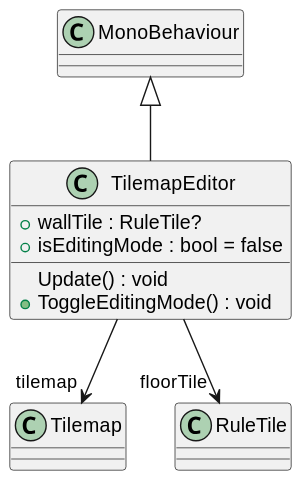
mysteryfungus/DungeonGeneratorUnity keeps this PlantUML diagram as UML/DungeonGeneration/MapLayoutEditor.svg. Above is the earlier version. The source it was exported from:
```plantuml
@startuml
class TilemapEditor {
    + wallTile : RuleTile?
    + isEditingMode : bool = false
    Update() : void
    + ToggleEditingMode() : void
}
MonoBehaviour <|-- TilemapEditor
TilemapEditor --> "tilemap" Tilemap
TilemapEditor --> "floorTile" RuleTile
@enduml
```
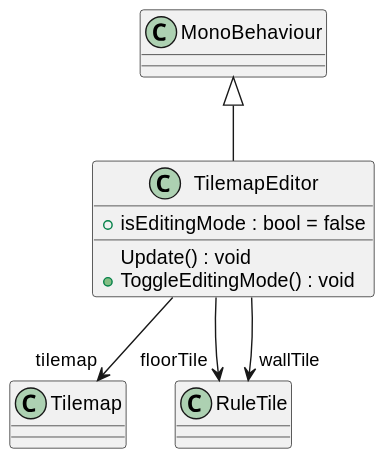
After the commit.

The edit, as a diff of the source:
```diff
@@ -1,6 +1,5 @@
 @startuml
 class TilemapEditor {
-    + wallTile : RuleTile?
     + isEditingMode : bool = false
     Update() : void
     + ToggleEditingMode() : void
@@ -8,4 +7,5 @@
 MonoBehaviour <|-- TilemapEditor
 TilemapEditor --> "tilemap" Tilemap
 TilemapEditor --> "floorTile" RuleTile
+TilemapEditor --> "wallTile" RuleTile
 @enduml
```
